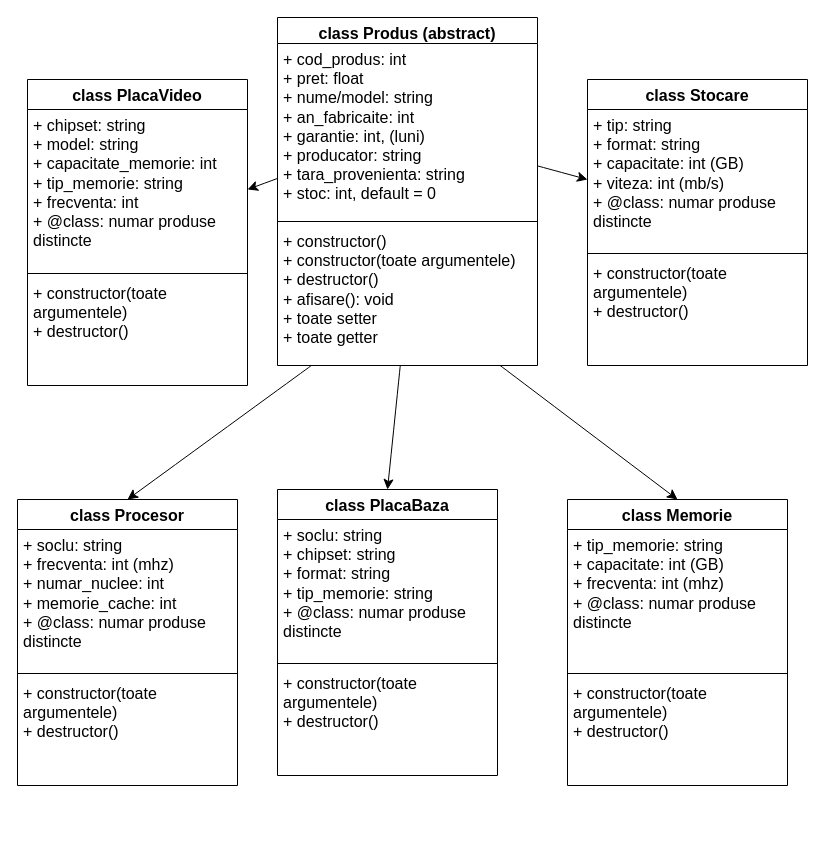
The draw.io diagram diagrame/clase.drawio in and-eu/Proiect_POO, before the edit. Source tidied: cells renumbered, new cells numbered last; positions are measured from the earlier drawing's top-left corner, leaving out a move shared by most shapes. Both pictures are drawn from the tidied source at 100%, with x=0, y=0 at pixel (17, 17).
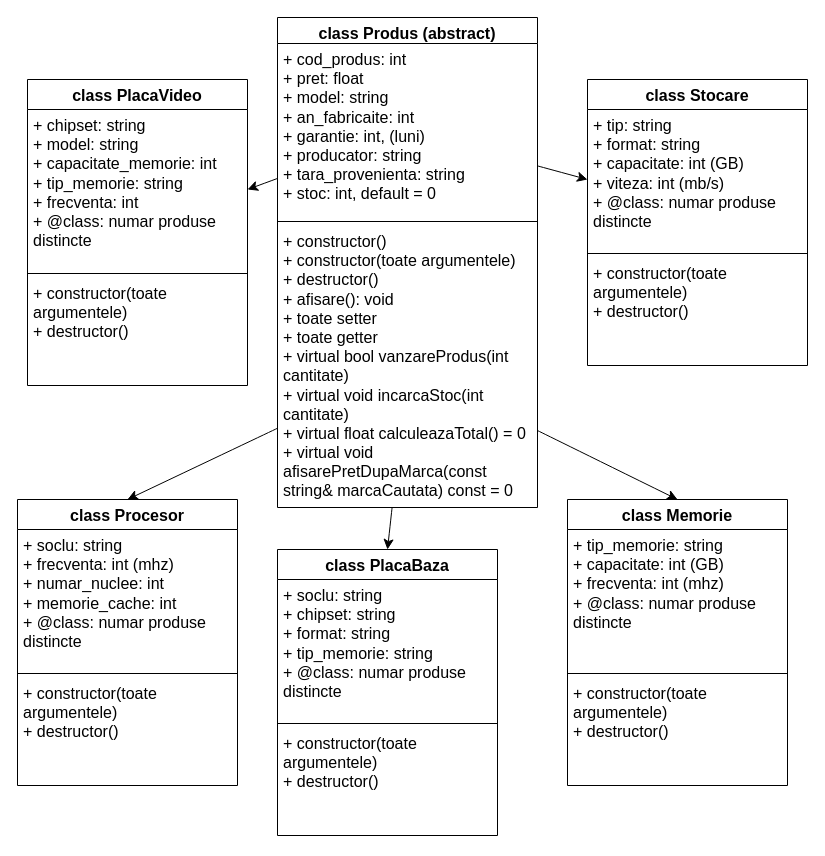
The same diagram, later.

What changed in the source:
```diff
@@
     <mxCell id="2" value="class Produs (abstract)" style="swimlane;fontStyle=1;align=center;verticalAlign=top;horizontal=1;startSize=26;whiteSpace=wrap;html=1;fontSize=16;" parent="1" vertex="1">
-      <mxGeometry x="260" width="260" height="348" as="geometry" />
+      <mxGeometry x="260" width="260" height="490" as="geometry" />
     </mxCell>
-    <mxCell id="3" value="+ cod_produs: int&lt;br&gt;+&amp;nbsp;pret: float&lt;br&gt;+ nume/model: string&lt;br&gt;+&amp;nbsp;an_fabricaite: int&lt;br&gt;+ garantie: int, (luni)&lt;br&gt;+ producator: string&lt;br&gt;+ tara_provenienta: string&lt;br&gt;+ stoc: int, default = 0" style="text;strokeColor=none;fillColor=none;align=left;verticalAlign=top;spacingLeft=4;spacingRight=4;overflow=hidden;points=[[0,0.5],[1,0.5]];portConstraint=eastwest;whiteSpace=wrap;html=1;fontSize=16;" parent="2" vertex="1">
+    <mxCell id="3" value="+ cod_produs: int&lt;br&gt;+&amp;nbsp;pret: float&lt;br&gt;+ model: string&lt;br&gt;+&amp;nbsp;an_fabricaite: int&lt;br&gt;+ garantie: int, (luni)&lt;br&gt;+ producator: string&lt;br&gt;+ tara_provenienta: string&lt;br&gt;+ stoc: int, default = 0" style="text;strokeColor=none;fillColor=none;align=left;verticalAlign=top;spacingLeft=4;spacingRight=4;overflow=hidden;points=[[0,0.5],[1,0.5]];portConstraint=eastwest;whiteSpace=wrap;html=1;fontSize=16;" parent="2" vertex="1">
       <mxGeometry y="26" width="260" height="174" as="geometry" />
     </mxCell>
@@
-    <mxCell id="5" value="+ constructor()&lt;br&gt;+ constructor(toate argumentele)&lt;br&gt;+ destructor()&lt;br&gt;+ afisare(): void&lt;br&gt;+ toate setter&lt;br&gt;+ toate getter&lt;br&gt;" style="text;strokeColor=none;fillColor=none;align=left;verticalAlign=top;spacingLeft=4;spacingRight=4;overflow=hidden;points=[[0,0.5],[1,0.5]];portConstraint=eastwest;whiteSpace=wrap;html=1;fontSize=16;" parent="2" vertex="1">
-      <mxGeometry y="208" width="260" height="140" as="geometry" />
+    <mxCell id="5" value="+ constructor()&lt;br&gt;+ constructor(toate argumentele)&lt;br&gt;+ destructor()&lt;br&gt;+ afisare(): void&lt;br&gt;+ toate setter&lt;br&gt;+ toate getter&lt;br&gt;+ virtual bool vanzareProdus(int cantitate)&lt;br&gt;+ virtual void incarcaStoc(int cantitate)&lt;br&gt;+&amp;nbsp;virtual float calculeazaTotal() = 0&lt;br&gt;+ virtual void afisarePretDupaMarca(const string&amp;amp; marcaCautata) const = 0" style="text;strokeColor=none;fillColor=none;align=left;verticalAlign=top;spacingLeft=4;spacingRight=4;overflow=hidden;points=[[0,0.5],[1,0.5]];portConstraint=eastwest;whiteSpace=wrap;html=1;fontSize=16;" parent="2" vertex="1">
+      <mxGeometry y="208" width="260" height="282" as="geometry" />
     </mxCell>
@@
     <mxCell id="10" value="class PlacaBaza" style="swimlane;fontStyle=1;align=center;verticalAlign=top;horizontal=1;startSize=30;whiteSpace=wrap;html=1;fontSize=16;" parent="1" vertex="1">
-      <mxGeometry x="260" y="472" width="220" height="286" as="geometry" />
+      <mxGeometry x="260" y="532" width="220" height="286" as="geometry" />
     </mxCell>
```
